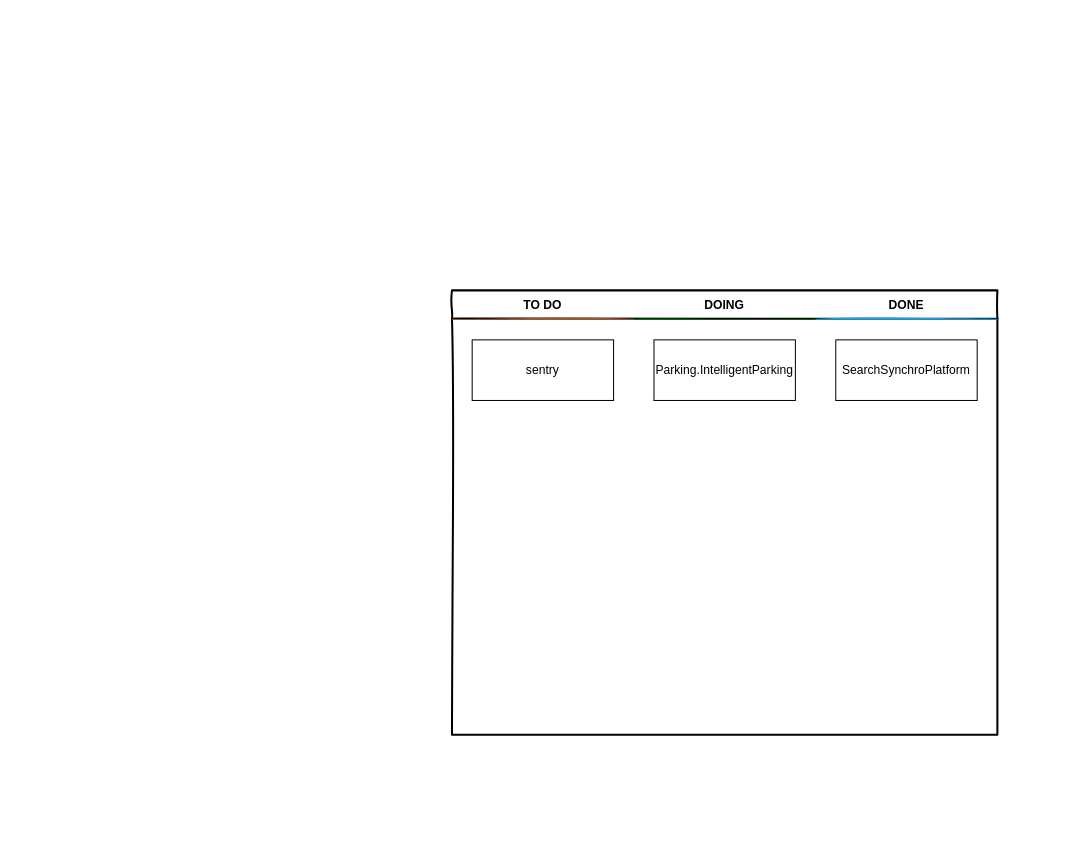
Above: 未命名绘图.drawio in jinggai987/designModeDemo (draw.io), before the change. Source tidied: cells renumbered, new cells numbered last; positions are measured from the earlier drawing's top-left corner, leaving out a move shared by most shapes. Both pictures are drawn from the tidied source at 101%, with x=0, y=0 at pixel (451, 290).
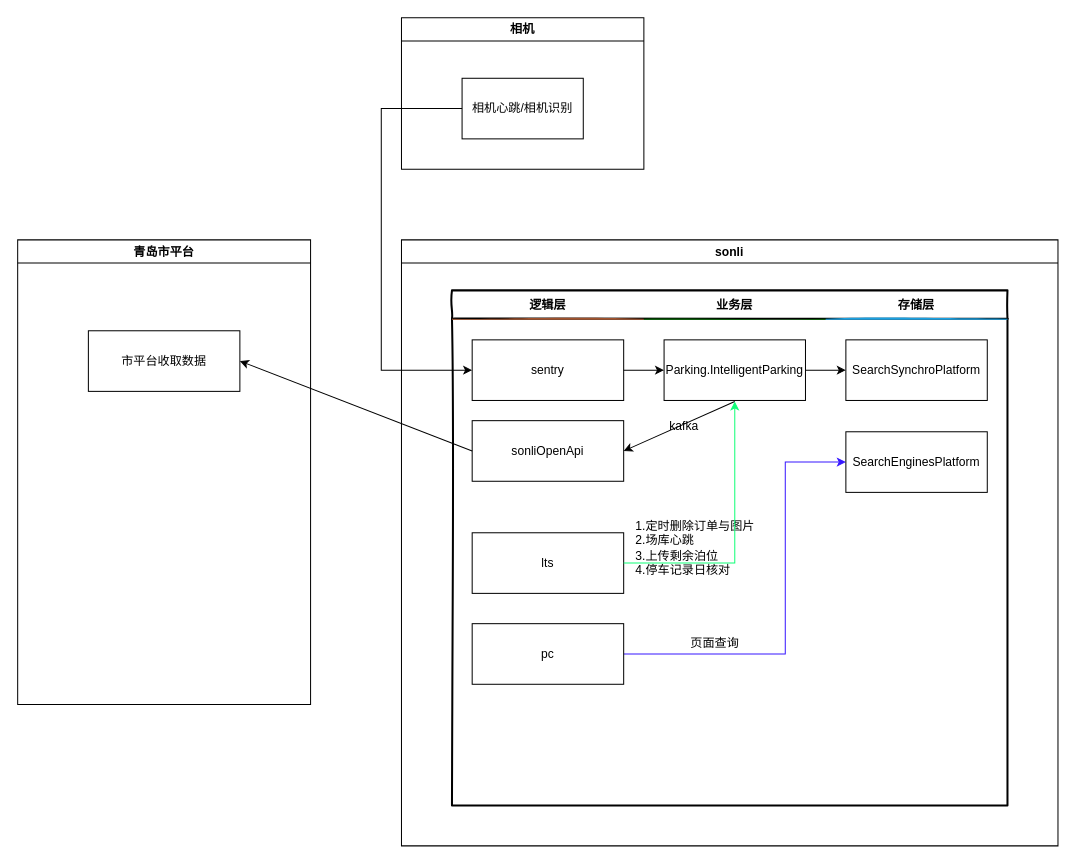
Above is the later version.

Commit message:
更新未命名绘图.drawio

Unchanged cells that the change refers to:
```xml
<mxCell id="6" value="&lt;p class=&quot;project-title qa-project-name&quot;&gt;&lt;font style=&quot;font-size: 12px;&quot;&gt;Parking.IntelligentParking&lt;br&gt;&lt;/font&gt;&lt;/p&gt;" style="rounded=0;whiteSpace=wrap;html=1;" parent="5" vertex="1">
  <mxGeometry x="20" y="21" width="140" height="60" as="geometry" />
</mxCell>
<mxCell id="8" value="&lt;p class=&quot;project-title qa-project-name&quot;&gt;SearchSynchroPlatform&lt;br/&gt;&lt;/p&gt;" style="rounded=0;whiteSpace=wrap;html=1;" parent="7" vertex="1">
  <mxGeometry x="20" y="21" width="140" height="60" as="geometry" />
</mxCell>
```

The edit, as a diff of the source:
```diff
@@
     <mxCell id="2" style="swimlane;fontStyle=2;horizontal=1;startSize=28;swimlaneFillColor=none;fontFamily=Permanent Marker;fontSize=16;verticalAlign=top;stackBorder=0;strokeWidth=2;sketch=1;disableMultiStroke=1;" parent="1" vertex="1">
-      <mxGeometry width="540" height="440" as="geometry" />
+      <mxGeometry width="550" height="510" as="geometry" />
     </mxCell>
-    <mxCell id="3" value="TO DO" style="swimlane;strokeWidth=2;fontFamily=Permanent Marker;html=0;startSize=1;verticalAlign=bottom;spacingBottom=5;stackBorder=20;sketch=1;strokeColor=none;fillStyle=solid;fillColor=#A0522D;" parent="2" vertex="1">
-      <mxGeometry y="28" width="180" height="412" as="geometry" />
+    <mxCell id="3" value="逻辑层" style="swimlane;strokeWidth=2;fontFamily=Permanent Marker;html=0;startSize=1;verticalAlign=bottom;spacingBottom=5;stackBorder=20;sketch=1;strokeColor=none;fillStyle=solid;fillColor=#A0522D;" parent="2" vertex="1">
+      <mxGeometry y="28" width="190" height="482" as="geometry" />
     </mxCell>
     <mxCell id="4" value="sentry" style="rounded=0;whiteSpace=wrap;html=1;" parent="3" vertex="1">
-      <mxGeometry x="20" y="21" width="140" height="60" as="geometry" />
+      <mxGeometry x="20" y="21" width="150" height="60" as="geometry" />
     </mxCell>
+    <mxCell id="9" value="sonliOpenApi&lt;br&gt;" style="rounded=0;whiteSpace=wrap;html=1;" parent="3" vertex="1">
+      <mxGeometry x="20" y="101" width="150" height="60" as="geometry" />
+    </mxCell>
-    <mxCell id="5" value="DOING" style="swimlane;strokeWidth=2;fontFamily=Permanent Marker;html=0;startSize=1;verticalAlign=bottom;spacingBottom=5;stackBorder=20;sketch=1;strokeColor=none;fillStyle=solid;fillColor=#006600;" parent="2" vertex="1">
-      <mxGeometry x="180" y="28" width="180" height="412" as="geometry" />
+    <mxCell id="5" value="业务层" style="swimlane;strokeWidth=2;fontFamily=Permanent Marker;html=0;startSize=1;verticalAlign=bottom;spacingBottom=5;stackBorder=20;sketch=1;strokeColor=none;fillStyle=solid;fillColor=#006600;" parent="2" vertex="1">
+      <mxGeometry x="190" y="28" width="180" height="482" as="geometry" />
     </mxCell>
@@
-    <mxCell id="7" value="DONE" style="swimlane;strokeWidth=2;fontFamily=Permanent Marker;html=0;startSize=1;verticalAlign=bottom;spacingBottom=5;stackBorder=20;sketch=1;strokeColor=none;fillStyle=solid;fillColor=#1BA1E2;" parent="2" vertex="1">
-      <mxGeometry x="360" y="28" width="180" height="412" as="geometry" />
+    <mxCell id="7" value="存储层" style="swimlane;strokeWidth=2;fontFamily=Permanent Marker;html=0;startSize=1;verticalAlign=bottom;spacingBottom=5;stackBorder=20;sketch=1;strokeColor=none;fillStyle=solid;fillColor=#1BA1E2;" parent="2" vertex="1">
+      <mxGeometry x="370" y="28" width="180" height="482" as="geometry" />
     </mxCell>
@@
+    <mxCell id="10" style="edgeStyle=orthogonalEdgeStyle;rounded=0;jettySize=auto;html=1;" parent="2" edge="1" source="4" target="6">
+      <mxGeometry relative="1" as="geometry" />
+    </mxCell>
+    <mxCell id="11" style="edgeStyle=orthogonalEdgeStyle;rounded=0;jettySize=auto;html=1;" parent="2" edge="1" source="6" target="8">
+      <mxGeometry relative="1" as="geometry" />
+    </mxCell>
+    <mxCell id="12" style="endArrow=classic;html=1;rounded=0;exitX=0;exitY=0.5;exitDx=0;exitDy=0;entryX=1;entryY=0.5;entryDx=0;entryDy=0;" parent="1" edge="1" source="9" target="22">
+      <mxGeometry relative="1" as="geometry" />
+    </mxCell>
+    <mxCell id="13" style="endArrow=classic;html=1;rounded=0;entryX=1;entryY=0.5;entryDx=0;entryDy=0;" parent="1" edge="1" target="9">
+      <mxGeometry relative="1" as="geometry">
+        <mxPoint x="280" y="110" as="sourcePoint" />
+      </mxGeometry>
+    </mxCell>
+    <mxCell id="14" value="sonli" style="swimlane;whiteSpace=wrap;html=1;" parent="1" vertex="1">
+      <mxGeometry x="-50" y="-50" width="650" height="600" as="geometry" />
+    </mxCell>
+    <mxCell id="15" value="lts" style="rounded=0;whiteSpace=wrap;html=1;" parent="14" vertex="1">
+      <mxGeometry x="70" y="290" width="150" height="60" as="geometry" />
+    </mxCell>
+    <mxCell id="16" style="edgeStyle=orthogonalEdgeStyle;rounded=0;jettySize=auto;html=1;strokeColor=#3617FF;entryX=0;entryY=0.5;entryDx=0;entryDy=0;" parent="14" edge="1" source="17" target="19">
+      <mxGeometry relative="1" as="geometry">
+        <Array as="points">
+          <mxPoint x="380" y="410" />
+          <mxPoint x="380" y="220" />
+        </Array>
+      </mxGeometry>
+    </mxCell>
+    <mxCell id="17" value="pc" style="rounded=0;whiteSpace=wrap;html=1;" parent="14" vertex="1">
+      <mxGeometry x="70" y="380" width="150" height="60" as="geometry" />
+    </mxCell>
+    <mxCell id="18" value="&lt;div align=&quot;left&quot;&gt;1.定时删除订单与图片&lt;br&gt;2.场库心跳&lt;br&gt;3.上传剩余泊位&lt;br&gt;4.停车记录日核对&lt;br&gt;&lt;/div&gt;" style="text;html=1;strokeColor=none;fillColor=none;align=left;verticalAlign=middle;whiteSpace=wrap;rounded=0;" parent="14" vertex="1">
+      <mxGeometry x="230" y="290" width="150" height="30" as="geometry" />
+    </mxCell>
+    <mxCell id="19" value="&lt;p class=&quot;project-title qa-project-name&quot;&gt;SearchEnginesPlatform&lt;br/&gt;&lt;/p&gt;" style="rounded=0;whiteSpace=wrap;html=1;" parent="14" vertex="1">
+      <mxGeometry x="440" y="190" width="140" height="60" as="geometry" />
+    </mxCell>
+    <mxCell id="20" value="kafka" style="text;html=1;strokeColor=none;fillColor=none;align=center;verticalAlign=middle;whiteSpace=wrap;rounded=0;" parent="14" vertex="1">
+      <mxGeometry x="210" y="170" width="140" height="30" as="geometry" />
+    </mxCell>
+    <mxCell id="21" value="青岛市平台" style="swimlane;whiteSpace=wrap;html=1;" parent="1" vertex="1">
+      <mxGeometry x="-430" y="-50" width="290" height="460" as="geometry" />
+    </mxCell>
+    <mxCell id="22" value="市平台收取数据" style="rounded=0;whiteSpace=wrap;html=1;" parent="21" vertex="1">
+      <mxGeometry x="70" y="90" width="150" height="60" as="geometry" />
+    </mxCell>
+    <mxCell id="23" value="相机" style="swimlane;whiteSpace=wrap;html=1;" parent="1" vertex="1">
+      <mxGeometry x="-50" y="-270" width="240" height="150" as="geometry" />
+    </mxCell>
+    <mxCell id="24" value="相机心跳/相机识别" style="rounded=0;whiteSpace=wrap;html=1;" parent="23" vertex="1">
+      <mxGeometry x="60" y="60" width="120" height="60" as="geometry" />
+    </mxCell>
+    <mxCell id="25" style="edgeStyle=orthogonalEdgeStyle;rounded=0;jettySize=auto;html=1;entryX=0;entryY=0.5;entryDx=0;entryDy=0;exitX=0;exitY=0.5;exitDx=0;exitDy=0;" parent="1" edge="1" source="24" target="4">
+      <mxGeometry relative="1" as="geometry">
+        <Array as="points">
+          <mxPoint x="-70" y="-180" />
+          <mxPoint x="-70" y="79" />
+        </Array>
+      </mxGeometry>
+    </mxCell>
+    <mxCell id="26" style="endArrow=classic;html=1;rounded=0;exitX=1;exitY=0.5;exitDx=0;exitDy=0;strokeColor=#0FFF77;" parent="1" edge="1" source="15">
+      <mxGeometry relative="1" as="geometry">
+        <mxPoint x="280" y="110" as="targetPoint" />
+        <Array as="points">
+          <mxPoint x="260" y="270" />
+          <mxPoint x="280" y="270" />
+        </Array>
+      </mxGeometry>
+    </mxCell>
+    <mxCell id="27" value="页面查询" style="text;html=1;align=center;verticalAlign=middle;strokeColor=none;fillColor=none;" parent="1" vertex="1">
+      <mxGeometry x="225" y="335" width="70" height="30" as="geometry" />
+    </mxCell>
```
